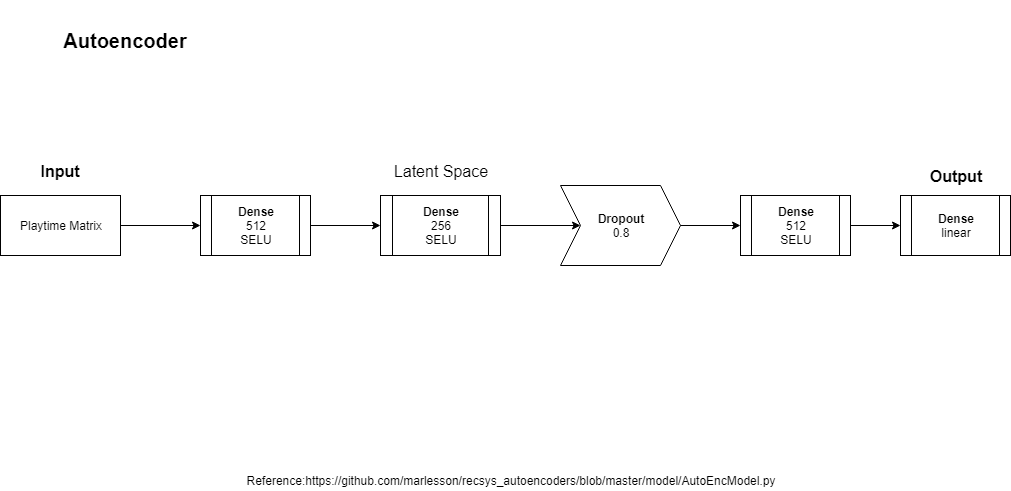
Before: model_graph/Autoencoder/AutoencoderModel.png, a diagram exported from draw.io (yshuidie/steamNNRecom). Source tidied: cells renumbered, new cells last; positions are measured from the earlier drawing's top-left corner, leaving out a move shared by most shapes.
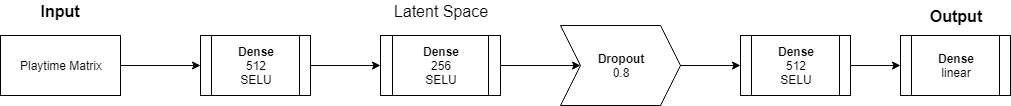
Later version of the same file.

The edit, as a diff of the source:
```diff
@@ -2,9 +2,6 @@
   <root>
     <mxCell id="0" />
     <mxCell id="1" parent="0" />
-    <mxCell id="2" value="&lt;span&gt;&lt;b&gt;&lt;font style=&quot;font-size: 20px&quot;&gt;Autoencoder&lt;/font&gt;&lt;/b&gt;&lt;/span&gt;&lt;br&gt;" style="text;html=1;strokeColor=none;fillColor=none;align=center;verticalAlign=middle;whiteSpace=wrap;rounded=0;" parent="1" vertex="1">
-      <mxGeometry x="10" width="230" height="80" as="geometry" />
-    </mxCell>
     <mxCell id="3" value="Playtime Matrix&lt;br&gt;" style="rounded=0;whiteSpace=wrap;html=1;" parent="1" vertex="1">
       <mxGeometry y="195" width="120" height="60" as="geometry" />
     </mxCell>
@@ -40,9 +37,6 @@
     <mxCell id="13" value="&lt;b&gt;Dense&lt;/b&gt;&lt;br&gt;512&lt;br&gt;SELU&lt;br&gt;" style="shape=process;whiteSpace=wrap;html=1;backgroundOutline=1;" parent="1" vertex="1">
       <mxGeometry x="740" y="195" width="110" height="60" as="geometry" />
     </mxCell>
-    <mxCell id="14" value="Reference:&lt;a href=&quot;https://github.com/marlesson/recsys_autoencoders/blob/master/model/AutoEncModel.py&quot;&gt;https://github.com/marlesson/recsys_autoencoders/blob/master/model/AutoEncModel.py&lt;/a&gt;&lt;br&gt;" style="text;html=1;strokeColor=none;fillColor=none;align=center;verticalAlign=middle;whiteSpace=wrap;rounded=0;" parent="1" vertex="1">
-      <mxGeometry x="80" y="470" width="860" height="20" as="geometry" />
-    </mxCell>
     <mxCell id="15" value="&lt;font style=&quot;font-size: 16px&quot;&gt;&lt;b&gt;Input&lt;/b&gt;&lt;/font&gt;" style="text;html=1;strokeColor=none;fillColor=none;align=center;verticalAlign=middle;whiteSpace=wrap;rounded=0;dashed=1;" parent="1" vertex="1">
       <mxGeometry x="10" y="160" width="100" height="20" as="geometry" />
     </mxCell>
```
